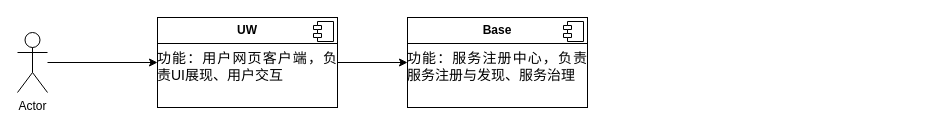
The draw.io diagram 未命名绘图.drawio in KeeaattJj/TestMyProject, before the edit. Source tidied: cells renumbered, new cells numbered last; positions are measured from the earlier drawing's top-left corner, leaving out a move shared by most shapes. Both pictures are drawn from the tidied source at 100%, with x=0, y=0 at pixel (17, 17).
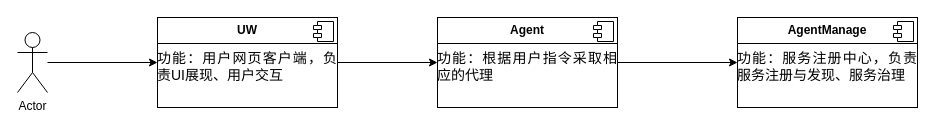
Above is the later version.

Diff of the diagram source:
```diff
@@
 <mxGraphModel>
   <root>
     <mxCell id="0" />
     <mxCell id="1" parent="0" />
     <mxCell id="2" style="edgeStyle=orthogonalEdgeStyle;rounded=0;jettySize=auto;html=1;exitX=1;exitY=0.5;exitDx=0;exitDy=0;entryX=0;entryY=0.5;entryDx=0;entryDy=0;" parent="1" edge="1" source="3" target="7">
       <mxGeometry relative="1" as="geometry" />
     </mxCell>
     <mxCell id="3" value="&lt;p style=&quot;margin:0px;margin-top:6px;text-align:center;&quot;&gt;&lt;b&gt;UW&lt;/b&gt;&lt;/p&gt;&lt;hr size=&quot;1&quot; style=&quot;border-style:solid;&quot;&gt;&lt;p style=&quot;margin: 0pt 0pt 0.0001pt; text-align: justify; font-family: 等线; font-size: 10.5pt;&quot; class=&quot;MsoNormal&quot;&gt;&lt;span style=&quot;font-family: 微软雅黑; font-size: 10.5pt;&quot;&gt;功能：用户网页客户端&lt;/span&gt;&lt;span style=&quot;font-family: 微软雅黑; font-size: 10.5pt;&quot;&gt;，&lt;/span&gt;&lt;span style=&quot;font-family: 微软雅黑; font-size: 10.5pt;&quot;&gt;&lt;font face=&quot;微软雅黑&quot;&gt;负责&lt;/font&gt;&lt;font face=&quot;微软雅黑&quot;&gt;UI展现、用户交互&lt;/font&gt;&lt;/span&gt;&lt;/p&gt;" style="align=left;overflow=fill;html=1;whiteSpace=wrap;" parent="1" vertex="1">
       <mxGeometry x="140" width="180" height="90" as="geometry" />
     </mxCell>
     <mxCell id="4" style="shape=component;jettyWidth=8;jettyHeight=4;" parent="3" vertex="1">
       <mxGeometry x="1" width="20" height="20" relative="1" as="geometry">
         <mxPoint x="-24" y="4" as="offset" />
       </mxGeometry>
     </mxCell>
     <mxCell id="5" style="edgeStyle=orthogonalEdgeStyle;rounded=0;jettySize=auto;html=1;entryX=0;entryY=0.5;entryDx=0;entryDy=0;" parent="1" edge="1" source="6" target="3">
       <mxGeometry relative="1" as="geometry" />
     </mxCell>
     <mxCell id="6" value="Actor" style="shape=umlActor;verticalLabelPosition=bottom;verticalAlign=top;html=1;" parent="1" vertex="1">
       <mxGeometry y="15" width="30" height="60" as="geometry" />
     </mxCell>
+    <mxCell id="9" style="edgeStyle=orthogonalEdgeStyle;rounded=0;jettySize=auto;html=1;entryX=0;entryY=0.5;entryDx=0;entryDy=0;" parent="1" edge="1" source="7" target="10">
+      <mxGeometry relative="1" as="geometry" />
+    </mxCell>
-    <mxCell id="7" value="&lt;p style=&quot;margin:0px;margin-top:6px;text-align:center;&quot;&gt;&lt;b&gt;Base&lt;/b&gt;&lt;/p&gt;&lt;hr size=&quot;1&quot; style=&quot;border-style:solid;&quot;&gt;&lt;p style=&quot;margin: 0pt 0pt 0.0001pt; text-align: justify; font-family: 等线; font-size: 10.5pt;&quot; class=&quot;MsoNormal&quot;&gt;&lt;span style=&quot;font-family: 微软雅黑; font-size: 10.5pt;&quot;&gt;功能：&lt;/span&gt;&lt;span style=&quot;font-family: 微软雅黑; font-size: 10.5pt; background-color: initial;&quot;&gt;服务注册中心，负责服务注册与发现、服务治理&lt;/span&gt;&lt;/p&gt;" style="align=left;overflow=fill;html=1;whiteSpace=wrap;" parent="1" vertex="1">
-      <mxGeometry x="390" width="180" height="90" as="geometry" />
+    <mxCell id="7" value="&lt;p style=&quot;margin:0px;margin-top:6px;text-align:center;&quot;&gt;&lt;b&gt;Agent&lt;/b&gt;&lt;/p&gt;&lt;hr size=&quot;1&quot; style=&quot;border-style:solid;&quot;&gt;&lt;p style=&quot;margin: 0pt 0pt 0.0001pt; text-align: justify;&quot; class=&quot;MsoNormal&quot;&gt;&lt;span style=&quot;font-family: 微软雅黑; font-size: 10.5pt;&quot;&gt;功能：&lt;/span&gt;&lt;span style=&quot;background-color: initial; text-align: left; font-size: 14px;&quot;&gt;&lt;font face=&quot;微软雅黑&quot;&gt;根据用户指令采取相应的代理&lt;/font&gt;&lt;/span&gt;&lt;/p&gt;" style="align=left;overflow=fill;html=1;whiteSpace=wrap;" parent="1" vertex="1">
+      <mxGeometry x="420" width="180" height="90" as="geometry" />
     </mxCell>
     <mxCell id="8" style="shape=component;jettyWidth=8;jettyHeight=4;" parent="7" vertex="1">
       <mxGeometry x="1" width="20" height="20" relative="1" as="geometry">
         <mxPoint x="-24" y="4" as="offset" />
       </mxGeometry>
     </mxCell>
+    <mxCell id="10" value="&lt;p style=&quot;margin:0px;margin-top:6px;text-align:center;&quot;&gt;&lt;b&gt;AgentManage&lt;/b&gt;&lt;/p&gt;&lt;hr size=&quot;1&quot; style=&quot;border-style:solid;&quot;&gt;&lt;p style=&quot;margin: 0pt 0pt 0.0001pt; text-align: justify; font-family: 等线; font-size: 10.5pt;&quot; class=&quot;MsoNormal&quot;&gt;&lt;span style=&quot;font-family: 微软雅黑; font-size: 10.5pt;&quot;&gt;功能：&lt;/span&gt;&lt;span style=&quot;font-family: 微软雅黑; font-size: 10.5pt; background-color: initial;&quot;&gt;服务注册中心，负责服务注册与发现、服务治理&lt;/span&gt;&lt;/p&gt;" style="align=left;overflow=fill;html=1;whiteSpace=wrap;" parent="1" vertex="1">
+      <mxGeometry x="720" width="180" height="90" as="geometry" />
+    </mxCell>
+    <mxCell id="11" style="shape=component;jettyWidth=8;jettyHeight=4;" parent="10" vertex="1">
+      <mxGeometry x="1" width="20" height="20" relative="1" as="geometry">
+        <mxPoint x="-24" y="4" as="offset" />
+      </mxGeometry>
+    </mxCell>
   </root>
 </mxGraphModel>
```
